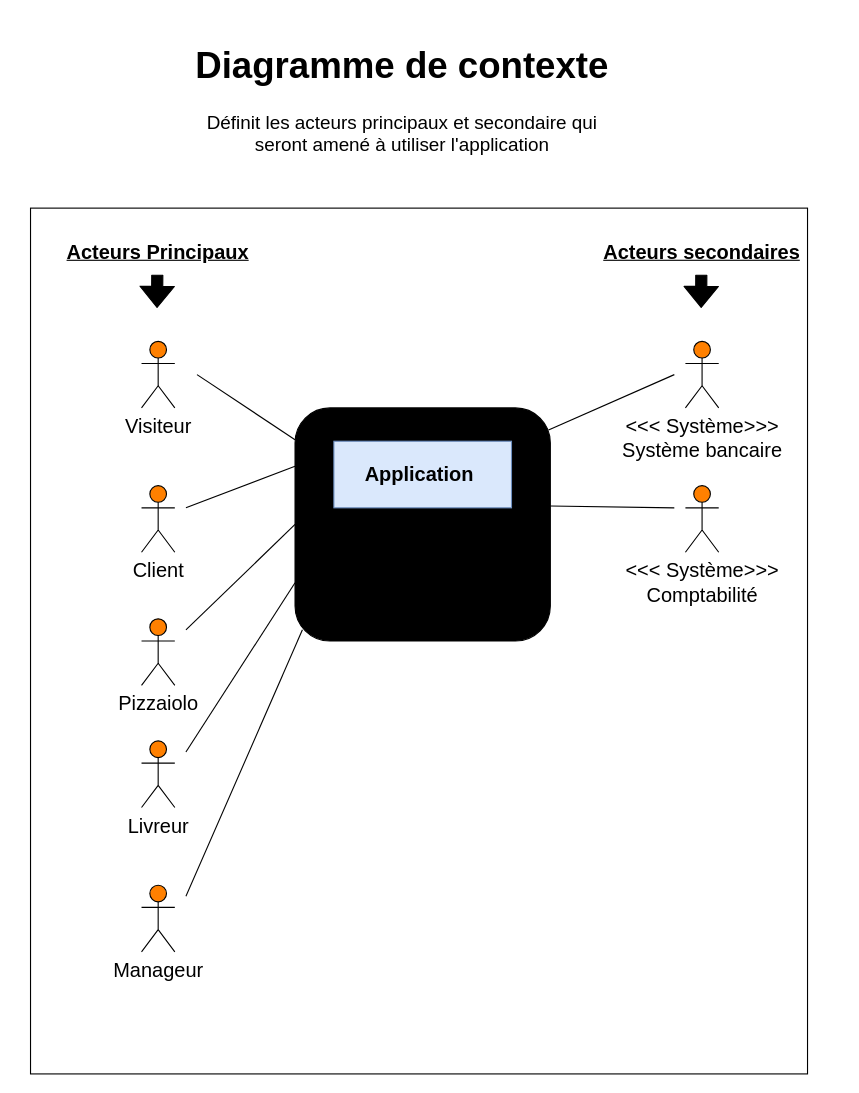
The draw.io diagram Context Diagram.drawio in Maayaavi/OC_Project_4, before the edit. Source tidied: cells renumbered, new cells numbered last; positions are measured from the earlier drawing's top-left corner, leaving out a move shared by most shapes. Both pictures are drawn from the tidied source at 111%, with x=0, y=0 at pixel (19, 30).
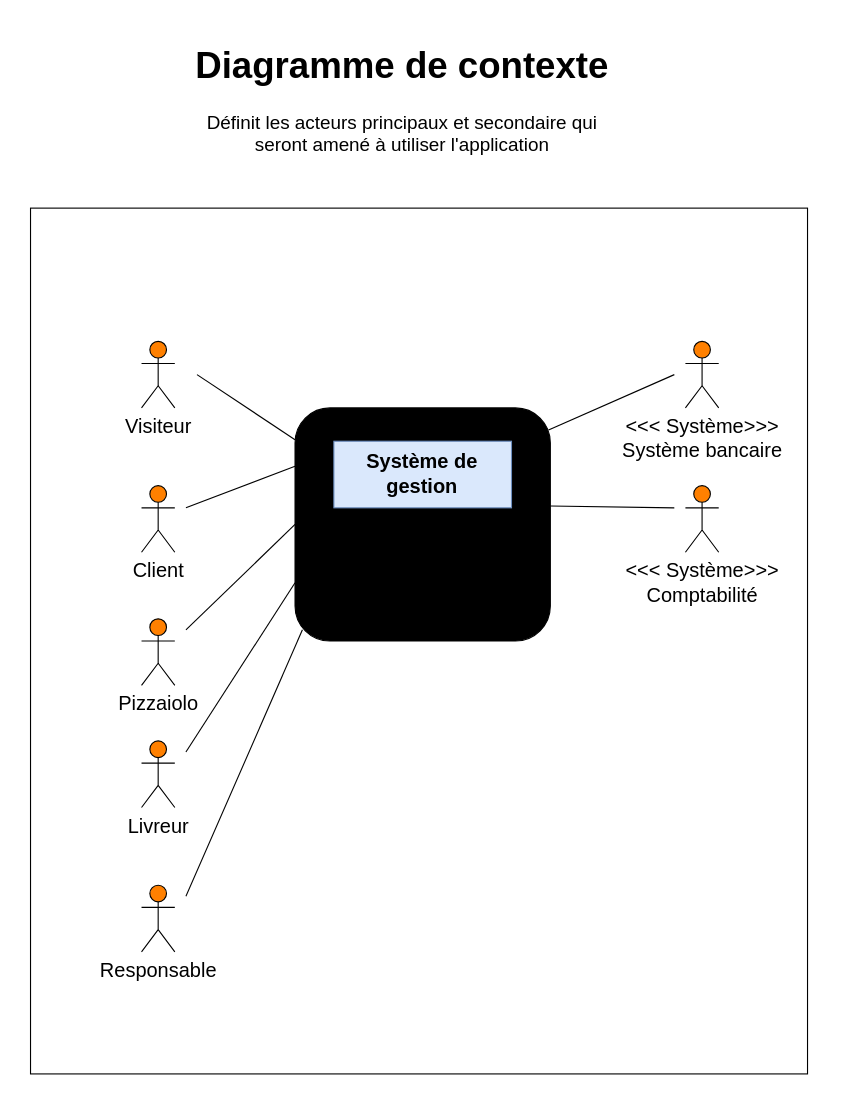
Above is the later version.

Diff of the diagram source:
```diff
@@
-    <mxCell id="5" value="Application&amp;nbsp;" style="text;html=1;align=center;verticalAlign=middle;whiteSpace=wrap;rounded=0;fontSize=18;fontStyle=1;glass=0;fillColor=#dae8fc;strokeColor=#6c8ebf;" parent="1" vertex="1">
+    <mxCell id="5" value="Système de gestion" style="text;html=1;align=center;verticalAlign=middle;whiteSpace=wrap;rounded=0;fontSize=18;fontStyle=1;glass=0;fillColor=#dae8fc;strokeColor=#6c8ebf;" parent="1" vertex="1">
       <mxGeometry x="283.3" y="370" width="160" height="60" as="geometry" />
     </mxCell>
@@
-    <mxCell id="10" value="Manageur" style="shape=umlActor;verticalLabelPosition=bottom;labelBackgroundColor=#ffffff;verticalAlign=top;html=1;fontSize=18;fillColor=#FF8000;" parent="1" vertex="1">
+    <mxCell id="10" value="Responsable" style="shape=umlActor;verticalLabelPosition=bottom;labelBackgroundColor=#ffffff;verticalAlign=top;html=1;fontSize=18;fillColor=#FF8000;" parent="1" vertex="1">
       <mxGeometry x="110" y="770" width="30" height="60" as="geometry" />
     </mxCell>
@@
-    <mxCell id="20" value="Acteurs Principaux" style="text;html=1;strokeColor=none;fillColor=none;align=center;verticalAlign=middle;whiteSpace=wrap;rounded=0;glass=0;fontSize=18;fontStyle=5;" parent="1" vertex="1">
-      <mxGeometry y="190" width="250" height="20" as="geometry" />
-    </mxCell>
-    <mxCell id="21" value="Acteurs secondaires" style="text;html=1;strokeColor=none;fillColor=none;align=center;verticalAlign=middle;whiteSpace=wrap;rounded=0;glass=0;fontSize=18;fontStyle=5;" parent="1" vertex="1">
-      <mxGeometry x="490" y="190" width="250" height="20" as="geometry" />
-    </mxCell>
-    <mxCell id="22" style="shape=flexArrow;endArrow=classic;html=1;strokeColor=#000000;fontSize=18;fillColor=#000000;" parent="1" edge="1">
-      <mxGeometry relative="1" as="geometry">
-        <mxPoint x="124.2" y="220" as="sourcePoint" />
-        <mxPoint x="124" y="250" as="targetPoint" />
-      </mxGeometry>
-    </mxCell>
-    <mxCell id="23" style="shape=flexArrow;endArrow=classic;html=1;strokeColor=#000000;fontSize=18;fillColor=#000000;" parent="1" edge="1">
-      <mxGeometry relative="1" as="geometry">
-        <mxPoint x="614.3" y="220" as="sourcePoint" />
-        <mxPoint x="614.2" y="250" as="targetPoint" />
-      </mxGeometry>
-    </mxCell>
```
